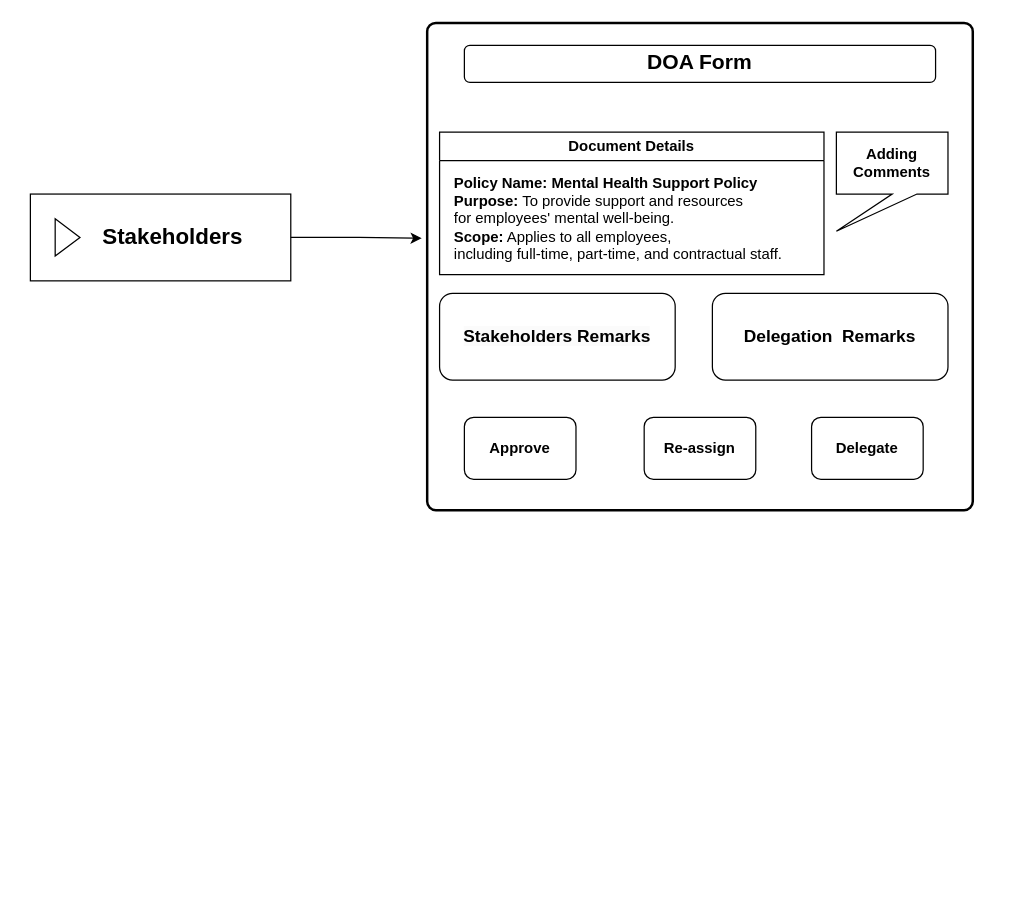
Before: page "Page-5" (5 of 5) of DMS_wf.drawio in AvikM1996/draw.io, a draw.io diagram. Source tidied: cells renumbered, new cells numbered last; positions are measured from the earlier drawing's top-left corner, leaving out a move shared by most shapes. Both pictures are drawn from the tidied source at 124%, with x=0, y=0 at pixel (30, 22).
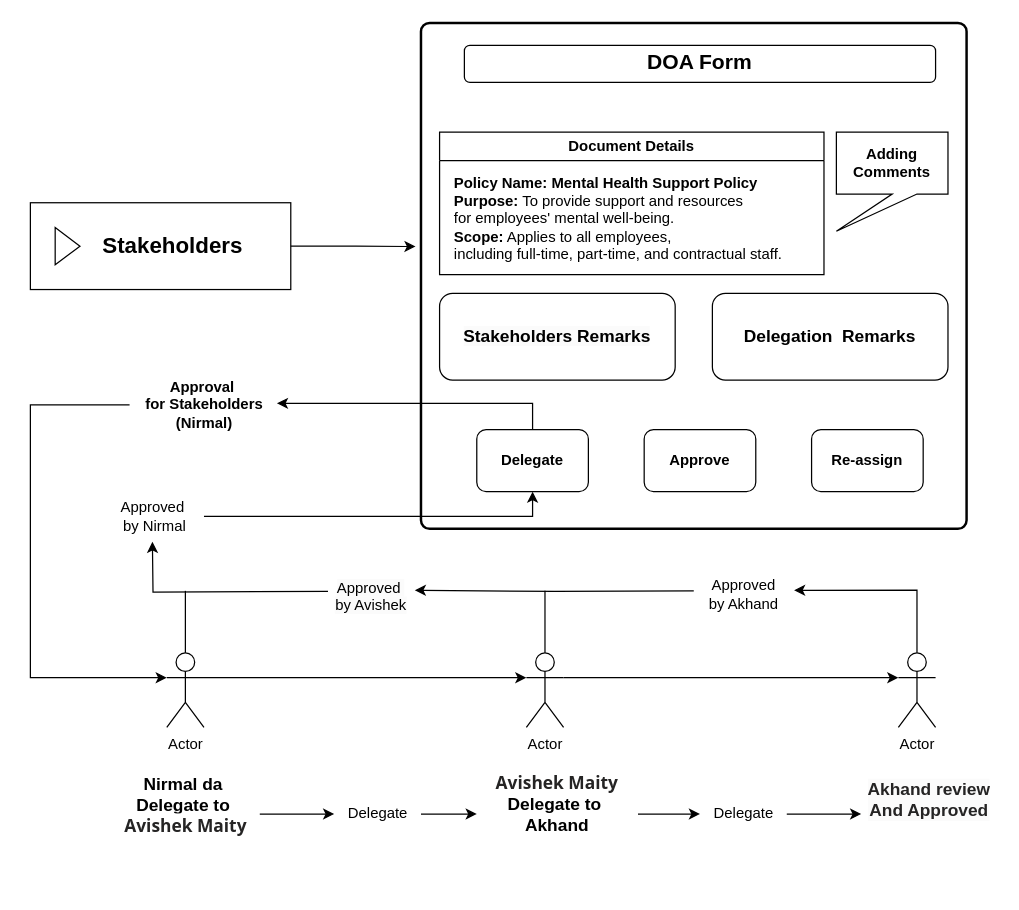
The same diagram, later.

The edit, as a diff of the source:
```diff
@@
     <mxCell id="2" value="&lt;b style=&quot;font-size: 18px;&quot;&gt;&lt;span&gt;&amp;nbsp; &amp;nbsp; &amp;nbsp;Stakeholders&lt;/span&gt;&amp;nbsp;&lt;/b&gt;" style="html=1;whiteSpace=wrap;" parent="1" vertex="1">
-      <mxGeometry y="138" width="210" height="70" as="geometry" />
+      <mxGeometry y="145" width="210" height="70" as="geometry" />
     </mxCell>
@@
     <mxCell id="4" style="rounded=1;whiteSpace=wrap;html=1;absoluteArcSize=1;arcSize=14;strokeWidth=2;labelBackgroundColor=light-dark(#d72d2d, #ededed);" parent="1" vertex="1">
-      <mxGeometry x="320" width="440" height="393" as="geometry" />
+      <mxGeometry x="315" width="440" height="408" as="geometry" />
     </mxCell>
@@
     <mxCell id="9" value="&lt;b&gt;Approve&lt;/b&gt;" style="rounded=1;whiteSpace=wrap;html=1;labelBackgroundColor=default;" parent="1" vertex="1">
-      <mxGeometry x="350" y="318" width="90" height="50" as="geometry" />
+      <mxGeometry x="495" y="328" width="90" height="50" as="geometry" />
     </mxCell>
-    <mxCell id="10" value="&lt;b&gt;Re-assign&lt;/b&gt;" style="rounded=1;whiteSpace=wrap;html=1;labelBackgroundColor=default;" parent="1" vertex="1">
-      <mxGeometry x="495" y="318" width="90" height="50" as="geometry" />
+    <mxCell id="10" value="&lt;div&gt;&lt;b&gt;Delegate&lt;/b&gt;&lt;b&gt;&lt;/b&gt;&lt;/div&gt;" style="rounded=1;whiteSpace=wrap;html=1;labelBackgroundColor=default;" parent="1" vertex="1">
+      <mxGeometry x="360" y="328" width="90" height="50" as="geometry" />
     </mxCell>
-    <mxCell id="11" value="&lt;b&gt;Delegate&lt;/b&gt;" style="rounded=1;whiteSpace=wrap;html=1;labelBackgroundColor=default;" parent="1" vertex="1">
-      <mxGeometry x="630" y="318" width="90" height="50" as="geometry" />
+    <mxCell id="11" value="&lt;b&gt;Re-assign&lt;/b&gt;" style="rounded=1;whiteSpace=wrap;html=1;labelBackgroundColor=default;" parent="1" vertex="1">
+      <mxGeometry x="630" y="328" width="90" height="50" as="geometry" />
     </mxCell>
@@
+    <mxCell id="15" style="edgeStyle=orthogonalEdgeStyle;rounded=0;jettySize=auto;html=1;" parent="1" edge="1" source="16" target="18">
+      <mxGeometry relative="1" as="geometry">
+        <Array as="points">
+          <mxPoint x="250" y="528" />
+          <mxPoint x="250" y="528" />
+        </Array>
+      </mxGeometry>
+    </mxCell>
+    <mxCell id="16" value="Actor" style="shape=umlActor;verticalLabelPosition=bottom;verticalAlign=top;html=1;outlineConnect=0;" parent="1" vertex="1">
+      <mxGeometry x="110" y="508" width="30" height="60" as="geometry" />
+    </mxCell>
+    <mxCell id="17" style="edgeStyle=orthogonalEdgeStyle;rounded=0;jettySize=auto;html=1;" parent="1" edge="1" source="18" target="19">
+      <mxGeometry relative="1" as="geometry">
+        <Array as="points">
+          <mxPoint x="520" y="528" />
+          <mxPoint x="520" y="528" />
+        </Array>
+      </mxGeometry>
+    </mxCell>
+    <mxCell id="18" value="Actor" style="shape=umlActor;verticalLabelPosition=bottom;verticalAlign=top;html=1;outlineConnect=0;" parent="1" vertex="1">
+      <mxGeometry x="400" y="508" width="30" height="60" as="geometry" />
+    </mxCell>
+    <mxCell id="19" value="Actor" style="shape=umlActor;verticalLabelPosition=bottom;verticalAlign=top;html=1;outlineConnect=0;" parent="1" vertex="1">
+      <mxGeometry x="700" y="508" width="30" height="60" as="geometry" />
+    </mxCell>
+    <mxCell id="20" style="edgeStyle=orthogonalEdgeStyle;rounded=0;jettySize=auto;html=1;" parent="1" edge="1" source="21" target="26">
+      <mxGeometry relative="1" as="geometry" />
+    </mxCell>
+    <mxCell id="21" value="&lt;font style=&quot;font-size: 14px;&quot;&gt;&lt;b&gt;Nirmal da&amp;nbsp;&lt;/b&gt;&lt;/font&gt;&lt;div&gt;&lt;font style=&quot;font-size: 14px;&quot;&gt;&lt;b&gt;Delegate&amp;nbsp;&lt;/b&gt;&lt;/font&gt;&lt;b style=&quot;font-size: 14px; background-color: transparent; color: light-dark(rgb(0, 0, 0), rgb(255, 255, 255));&quot;&gt;to&amp;nbsp;&lt;/b&gt;&lt;/div&gt;&lt;div&gt;&lt;span style=&quot;font-size: 14px; background-color: light-dark(rgb(255, 255, 255), rgb(18, 18, 18)); color: light-dark(rgb(37, 36, 36), rgb(207, 206, 206)); font-family: &amp;quot;Segoe UI&amp;quot;, &amp;quot;Segoe UI Web (West European)&amp;quot;, &amp;quot;Segoe UI&amp;quot;, -apple-system, BlinkMacSystemFont, Roboto, &amp;quot;Helvetica Neue&amp;quot;, sans-serif; text-align: start;&quot;&gt;&lt;b&gt;Avishek Maity&lt;/b&gt;&lt;/span&gt;&lt;div&gt;&lt;br&gt;&lt;/div&gt;&lt;/div&gt;" style="text;html=1;align=center;verticalAlign=middle;points=[];strokeColor=none;fillColor=none;" parent="1" vertex="1">
+      <mxGeometry x="65" y="598" width="120" height="80" as="geometry" />
+    </mxCell>
+    <mxCell id="22" style="edgeStyle=orthogonalEdgeStyle;rounded=0;jettySize=auto;html=1;" parent="1" edge="1" source="23" target="28">
+      <mxGeometry relative="1" as="geometry" />
+    </mxCell>
+    <mxCell id="23" value="&lt;div style=&quot;forced-color-adjust: none;&quot;&gt;&lt;b style=&quot;color: light-dark(rgb(37, 36, 36), rgb(207, 206, 206)); font-family: &amp;quot;Segoe UI&amp;quot;, &amp;quot;Segoe UI Web (West European)&amp;quot;, &amp;quot;Segoe UI&amp;quot;, -apple-system, BlinkMacSystemFont, Roboto, &amp;quot;Helvetica Neue&amp;quot;, sans-serif; font-size: 14px;&quot;&gt;Avishek Maity&lt;/b&gt;&lt;/div&gt;&lt;div style=&quot;forced-color-adjust: none;&quot;&gt;&lt;div&gt;&lt;font style=&quot;font-size: 14px;&quot;&gt;&lt;b&gt;Delegate&amp;nbsp;&lt;/b&gt;&lt;/font&gt;&lt;b style=&quot;font-size: 14px; background-color: transparent; color: light-dark(rgb(0, 0, 0), rgb(255, 255, 255));&quot;&gt;to&amp;nbsp;&lt;/b&gt;&lt;/div&gt;&lt;div&gt;&lt;b style=&quot;font-size: 14px; background-color: transparent; color: light-dark(rgb(0, 0, 0), rgb(255, 255, 255));&quot;&gt;Akhand&lt;/b&gt;&lt;/div&gt;&lt;/div&gt;&lt;div style=&quot;forced-color-adjust: none;&quot;&gt;&lt;div style=&quot;forced-color-adjust: none;&quot;&gt;&lt;br style=&quot;forced-color-adjust: none; color: rgb(0, 0, 0); font-family: Helvetica; font-size: 12px; font-style: normal; font-variant-ligatures: normal; font-variant-caps: normal; font-weight: 400; letter-spacing: normal; orphans: 2; text-indent: 0px; text-transform: none; widows: 2; word-spacing: 0px; -webkit-text-stroke-width: 0px; white-space: nowrap; background-color: rgb(251, 251, 251); text-decoration-thickness: initial; text-decoration-style: initial; text-decoration-color: initial;&quot;&gt;&lt;br&gt;&lt;br&gt;&lt;/div&gt;&lt;/div&gt;" style="text;whiteSpace=wrap;html=1;align=center;" parent="1" vertex="1">
+      <mxGeometry x="360" y="598" width="130" height="80" as="geometry" />
+    </mxCell>
+    <mxCell id="24" value="&lt;div style=&quot;forced-color-adjust: none; font-style: normal; font-variant-ligatures: normal; font-variant-caps: normal; letter-spacing: normal; orphans: 2; text-indent: 0px; text-transform: none; widows: 2; word-spacing: 0px; -webkit-text-stroke-width: 0px; white-space: normal; background-color: rgb(251, 251, 251); text-decoration-thickness: initial; text-decoration-style: initial; text-decoration-color: initial; color: rgb(0, 0, 0);&quot;&gt;&lt;font face=&quot;Segoe UI, Segoe UI Web (West European), Segoe UI, -apple-system, BlinkMacSystemFont, Roboto, Helvetica Neue, sans-serif&quot; color=&quot;#252424&quot;&gt;&lt;span style=&quot;font-size: 14px;&quot;&gt;&lt;b&gt;Akhand review&lt;/b&gt;&lt;/span&gt;&lt;/font&gt;&lt;/div&gt;&lt;div style=&quot;forced-color-adjust: none; font-style: normal; font-variant-ligatures: normal; font-variant-caps: normal; letter-spacing: normal; orphans: 2; text-indent: 0px; text-transform: none; widows: 2; word-spacing: 0px; -webkit-text-stroke-width: 0px; white-space: normal; background-color: rgb(251, 251, 251); text-decoration-thickness: initial; text-decoration-style: initial; text-decoration-color: initial; color: rgb(0, 0, 0);&quot;&gt;&lt;font face=&quot;Segoe UI, Segoe UI Web (West European), Segoe UI, -apple-system, BlinkMacSystemFont, Roboto, Helvetica Neue, sans-serif&quot; color=&quot;#252424&quot;&gt;&lt;span style=&quot;font-size: 14px;&quot;&gt;&lt;b&gt;And Approved&lt;/b&gt;&lt;/span&gt;&lt;/font&gt;&lt;/div&gt;" style="text;whiteSpace=wrap;html=1;align=center;" parent="1" vertex="1">
+      <mxGeometry x="670" y="603" width="110" height="70" as="geometry" />
+    </mxCell>
+    <mxCell id="25" style="edgeStyle=orthogonalEdgeStyle;rounded=0;jettySize=auto;html=1;" parent="1" edge="1" source="26" target="23">
+      <mxGeometry relative="1" as="geometry" />
+    </mxCell>
+    <mxCell id="26" value="Delegate" style="text;html=1;align=center;verticalAlign=middle;points=[];strokeColor=none;fillColor=none;" parent="1" vertex="1">
+      <mxGeometry x="245" y="623" width="70" height="30" as="geometry" />
+    </mxCell>
+    <mxCell id="27" style="edgeStyle=orthogonalEdgeStyle;rounded=0;jettySize=auto;html=1;" parent="1" edge="1" source="28" target="24">
+      <mxGeometry relative="1" as="geometry" />
+    </mxCell>
+    <mxCell id="28" value="Delegate" style="text;html=1;align=center;verticalAlign=middle;points=[];strokeColor=none;fillColor=none;" parent="1" vertex="1">
+      <mxGeometry x="540" y="623" width="70" height="30" as="geometry" />
+    </mxCell>
+    <mxCell id="29" style="edgeStyle=orthogonalEdgeStyle;rounded=0;orthogonalLoop=1;jettySize=auto;html=1;" parent="1" edge="1">
+      <mxGeometry relative="1" as="geometry">
+        <mxPoint x="535" y="458" as="sourcePoint" />
+        <mxPoint x="310" y="457.5" as="targetPoint" />
+      </mxGeometry>
+    </mxCell>
+    <mxCell id="30" value="Approved&lt;div&gt;by Akhand&lt;/div&gt;" style="text;html=1;align=center;verticalAlign=middle;points=[];strokeColor=none;fillColor=none;" parent="1" vertex="1">
+      <mxGeometry x="535" y="441" width="80" height="40" as="geometry" />
+    </mxCell>
+    <mxCell id="31" value="&lt;span style=&quot;color: rgb(0, 0, 0); font-family: Helvetica; font-size: 12px; font-style: normal; font-variant-ligatures: normal; font-variant-caps: normal; font-weight: 400; letter-spacing: normal; orphans: 2; text-indent: 0px; text-transform: none; widows: 2; word-spacing: 0px; -webkit-text-stroke-width: 0px; white-space: nowrap; background-color: rgb(251, 251, 251); text-decoration-thickness: initial; text-decoration-style: initial; text-decoration-color: initial; float: none; display: inline !important;&quot;&gt;Approved&amp;nbsp;&lt;/span&gt;&lt;div&gt;&lt;span style=&quot;color: rgb(0, 0, 0); font-family: Helvetica; font-size: 12px; font-style: normal; font-variant-ligatures: normal; font-variant-caps: normal; font-weight: 400; letter-spacing: normal; orphans: 2; text-indent: 0px; text-transform: none; widows: 2; word-spacing: 0px; -webkit-text-stroke-width: 0px; white-space: nowrap; background-color: rgb(251, 251, 251); text-decoration-thickness: initial; text-decoration-style: initial; text-decoration-color: initial; float: none; display: inline !important;&quot;&gt;by Avishek&lt;/span&gt;&lt;/div&gt;" style="text;whiteSpace=wrap;html=1;align=center;" parent="1" vertex="1">
+      <mxGeometry x="240" y="442" width="70" height="37" as="geometry" />
+    </mxCell>
+    <mxCell id="32" style="edgeStyle=orthogonalEdgeStyle;rounded=0;jettySize=auto;html=1;exitX=0.5;exitY=0;exitDx=0;exitDy=0;exitPerimeter=0;entryX=1.011;entryY=0.413;entryDx=0;entryDy=0;entryPerimeter=0;" parent="1" edge="1" source="19" target="30">
+      <mxGeometry relative="1" as="geometry" />
+    </mxCell>
+    <mxCell id="33" style="edgeStyle=orthogonalEdgeStyle;rounded=0;jettySize=auto;html=1;entryX=0.5;entryY=1;entryDx=0;entryDy=0;" parent="1" edge="1" source="34" target="10">
+      <mxGeometry relative="1" as="geometry" />
+    </mxCell>
+    <mxCell id="34" value="Approved&amp;nbsp;&lt;div&gt;by Nirmal&lt;/div&gt;" style="text;html=1;align=center;verticalAlign=middle;points=[];strokeColor=none;fillColor=none;" parent="1" vertex="1">
+      <mxGeometry x="60" y="378" width="80" height="40" as="geometry" />
+    </mxCell>
+    <mxCell id="35" style="edgeStyle=orthogonalEdgeStyle;rounded=0;orthogonalLoop=1;jettySize=auto;html=1;entryX=0.48;entryY=1.06;entryDx=0;entryDy=0;entryPerimeter=0;" parent="1" edge="1">
+      <mxGeometry relative="1" as="geometry">
+        <mxPoint x="240" y="458.5" as="sourcePoint" />
+        <mxPoint x="98.4" y="418.4" as="targetPoint" />
+      </mxGeometry>
+    </mxCell>
+    <mxCell id="36" value="&lt;b&gt;Approval&amp;nbsp;&lt;/b&gt;&lt;div&gt;&lt;b&gt;for Stakeholders&lt;/b&gt;&lt;/div&gt;&lt;div&gt;&lt;b&gt;(Nirmal)&lt;/b&gt;&lt;/div&gt;" style="text;html=1;align=center;verticalAlign=middle;points=[];strokeColor=none;fillColor=none;" parent="1" vertex="1">
+      <mxGeometry x="80" y="278" width="120" height="60" as="geometry" />
+    </mxCell>
+    <mxCell id="37" style="edgeStyle=orthogonalEdgeStyle;rounded=0;jettySize=auto;html=1;exitX=0.5;exitY=0;exitDx=0;exitDy=0;entryX=0.99;entryY=0.48;entryDx=0;entryDy=0;entryPerimeter=0;" parent="1" edge="1" source="10" target="36">
+      <mxGeometry relative="1" as="geometry">
+        <Array as="points">
+          <mxPoint x="405" y="307" />
+        </Array>
+      </mxGeometry>
+    </mxCell>
+    <mxCell id="38" style="edgeStyle=orthogonalEdgeStyle;rounded=0;jettySize=auto;html=1;entryX=0;entryY=0.3333333333333333;entryDx=0;entryDy=0;entryPerimeter=0;" parent="1" edge="1" source="36" target="16">
+      <mxGeometry relative="1" as="geometry">
+        <Array as="points">
+          <mxPoint y="308" />
+          <mxPoint y="528" />
+        </Array>
+      </mxGeometry>
+    </mxCell>
+    <mxCell id="39" style="endArrow=none;html=1;rounded=0;exitX=0.5;exitY=0;exitDx=0;exitDy=0;exitPerimeter=0;" parent="1" edge="1" source="18">
+      <mxGeometry relative="1" as="geometry">
+        <mxPoint x="415" y="458" as="targetPoint" />
+      </mxGeometry>
+    </mxCell>
+    <mxCell id="40" style="endArrow=none;html=1;rounded=0;exitX=0.5;exitY=0;exitDx=0;exitDy=0;exitPerimeter=0;" parent="1" edge="1" source="16">
+      <mxGeometry relative="1" as="geometry">
+        <mxPoint x="125" y="458" as="targetPoint" />
+      </mxGeometry>
+    </mxCell>
```
